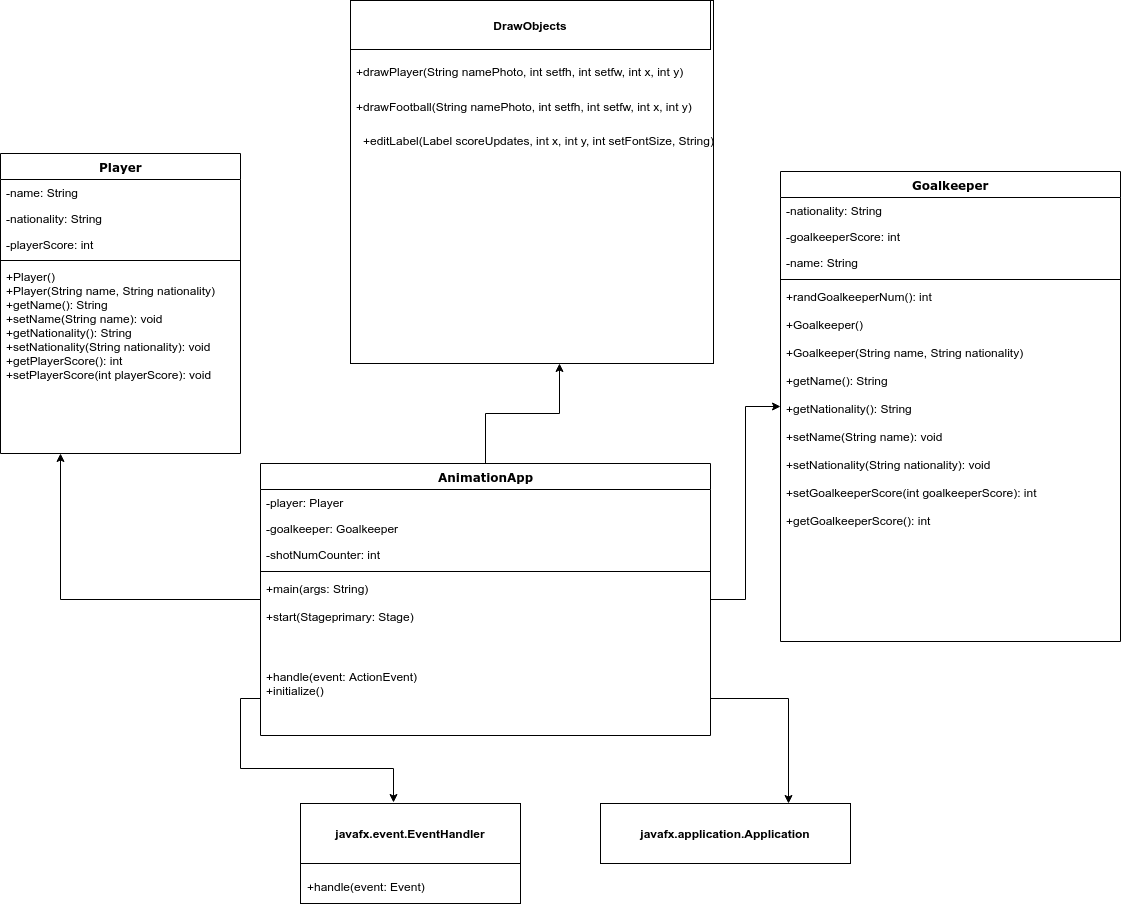
Before: Demo3.png, a diagram exported from draw.io (MillionLinesOfCode/javapenalty). Source tidied: cells renumbered, new cells last; positions are measured from the earlier drawing's top-left corner, leaving out a move shared by most shapes.
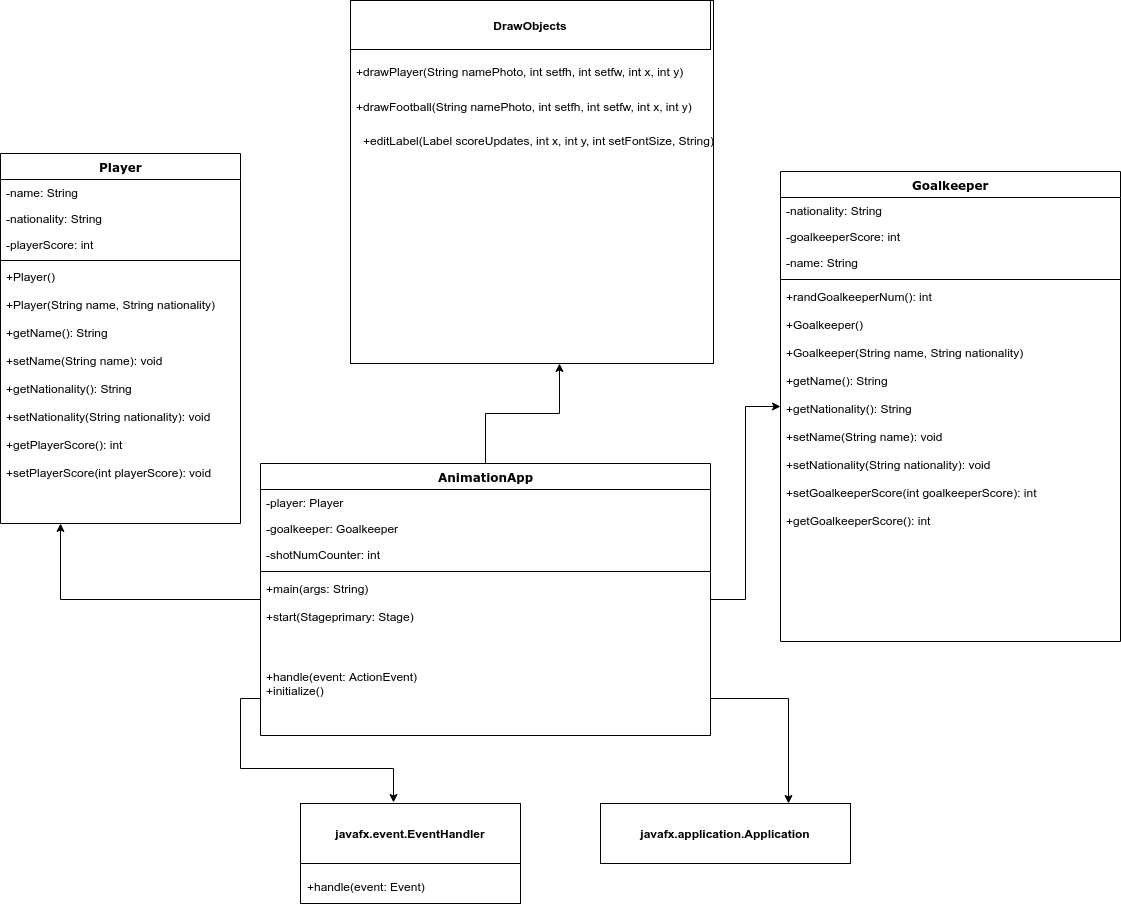
The same diagram one commit later.

Change to the diagram source:
```diff
@@ -3,7 +3,7 @@
     <mxCell id="0" />
     <mxCell id="1" parent="0" />
     <mxCell id="2" value="Player" style="swimlane;html=1;fontStyle=1;align=center;verticalAlign=top;horizontal=1;startSize=26;swimlaneFillColor=#ffffff;rounded=0;shadow=0;comic=0;labelBackgroundColor=none;strokeColor=#000000;strokeWidth=1;fillColor=none;fontFamily=Verdana;fontSize=12;fontColor=#000000;" parent="1" vertex="1">
-      <mxGeometry y="153" width="240" height="300" as="geometry" />
+      <mxGeometry y="153" width="240" height="370" as="geometry" />
     </mxCell>
     <mxCell id="3" value="-name: String" style="text;html=1;strokeColor=none;fillColor=none;align=left;verticalAlign=top;spacingLeft=4;spacingRight=4;whiteSpace=wrap;overflow=hidden;" parent="2" vertex="1">
       <mxGeometry y="26" width="240" height="26" as="geometry" />
@@ -17,8 +17,8 @@
     <mxCell id="6" style="line;html=1;strokeWidth=1;fillColor=none;align=left;verticalAlign=middle;spacingTop=-1;spacingLeft=3;spacingRight=3;labelPosition=right;" parent="2" vertex="1">
       <mxGeometry y="104" width="240" height="6" as="geometry" />
     </mxCell>
-    <mxCell id="7" value="+Player()&lt;br&gt;+Player(String name, String nationality)&lt;br&gt;+getName(): String&lt;br&gt;+setName(String name): void&lt;br&gt;+getNationality(): String&lt;br&gt;+setNationality(String nationality): void&lt;br&gt;+getPlayerScore(): int&lt;br&gt;+setPlayerScore(int playerScore): void&lt;br&gt;&lt;br&gt;" style="text;html=1;strokeColor=none;fillColor=none;align=left;verticalAlign=top;spacingLeft=4;spacingRight=4;whiteSpace=wrap;overflow=hidden;" parent="2" vertex="1">
-      <mxGeometry y="110" width="240" height="190" as="geometry" />
+    <mxCell id="7" value="+Player()&lt;br&gt;&lt;br&gt;+Player(String name, String nationality)&lt;br&gt;&lt;br&gt;+getName(): String&lt;br&gt;&lt;br&gt;+setName(String name): void&lt;br&gt;&lt;br&gt;+getNationality(): String&lt;br&gt;&lt;br&gt;+setNationality(String nationality): void&lt;br&gt;&lt;br&gt;+getPlayerScore(): int&lt;br&gt;&lt;br&gt;+setPlayerScore(int playerScore): void&lt;br&gt;&lt;br&gt;" style="text;html=1;strokeColor=none;fillColor=none;align=left;verticalAlign=top;spacingLeft=4;spacingRight=4;whiteSpace=wrap;overflow=hidden;" parent="2" vertex="1">
+      <mxGeometry y="110" width="240" height="260" as="geometry" />
     </mxCell>
     <mxCell id="8" value="Goalkeeper" style="swimlane;html=1;fontStyle=1;align=center;verticalAlign=top;horizontal=1;startSize=26;swimlaneFillColor=#ffffff;rounded=0;shadow=0;comic=0;labelBackgroundColor=none;strokeColor=#000000;strokeWidth=1;fillColor=none;fontFamily=Verdana;fontSize=12;fontColor=#000000;rotation=0;" parent="1" vertex="1">
       <mxGeometry x="780" y="171" width="340" height="470" as="geometry" />
```
